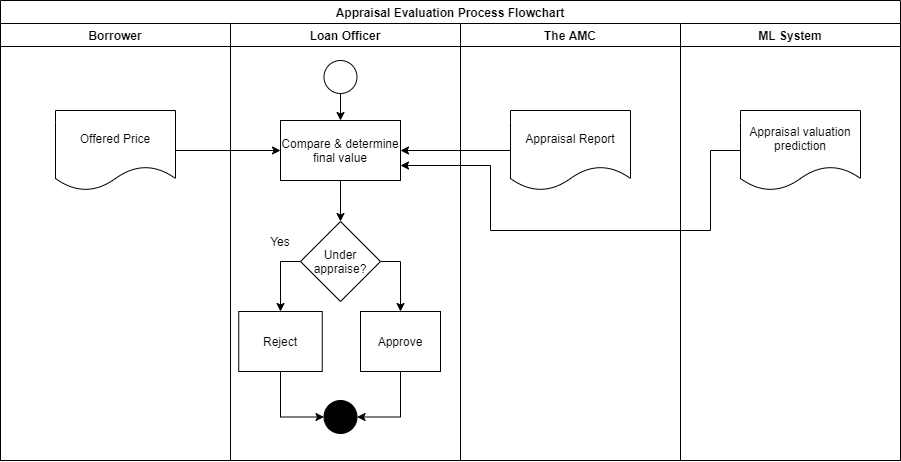
liscory/Purwadhika-JCDS-Final-Project keeps this draw.io diagram as Appendix Picture/Figure 02.png. Above is the earlier version. Source tidied: cells renumbered, new cells last; positions are measured from the earlier drawing's top-left corner, leaving out a move shared by most shapes. Its diagram source:
```xml
<mxGraphModel>
  <root>
    <mxCell id="0" />
    <mxCell id="1" parent="0" />
    <mxCell id="2" value="Appraisal Evaluation Process Flowchart" style="swimlane;" parent="1" vertex="1">
      <mxGeometry width="900" height="460" as="geometry" />
    </mxCell>
    <mxCell id="3" value="Borrower" style="swimlane;" parent="2" vertex="1">
      <mxGeometry y="23" width="230" height="437" as="geometry" />
    </mxCell>
    <mxCell id="4" value="Offered Price" style="shape=document;whiteSpace=wrap;html=1;boundedLbl=1;fillColor=#FFFFFF;" parent="3" vertex="1">
      <mxGeometry x="55" y="87" width="120" height="80" as="geometry" />
    </mxCell>
    <mxCell id="5" value="Loan Officer" style="swimlane;" parent="2" vertex="1">
      <mxGeometry x="230" y="23" width="230" height="437" as="geometry" />
    </mxCell>
    <mxCell id="6" style="ellipse;whiteSpace=wrap;html=1;fillColor=#000000;" parent="5" vertex="1">
      <mxGeometry x="93.5" y="377" width="33" height="33" as="geometry" />
    </mxCell>
    <mxCell id="7" value="Compare &amp;amp; determine final value" style="whiteSpace=wrap;html=1;rounded=0;" parent="5" vertex="1">
      <mxGeometry x="50" y="97" width="120" height="60" as="geometry" />
    </mxCell>
    <mxCell id="8" style="edgeStyle=orthogonalEdgeStyle;rounded=0;jettySize=auto;html=1;exitX=0;exitY=0.5;exitDx=0;exitDy=0;entryX=0.5;entryY=0;entryDx=0;entryDy=0;" parent="5" edge="1" source="10" target="13">
      <mxGeometry relative="1" as="geometry" />
    </mxCell>
    <mxCell id="9" style="edgeStyle=orthogonalEdgeStyle;rounded=0;jettySize=auto;html=1;exitX=1;exitY=0.5;exitDx=0;exitDy=0;" parent="5" edge="1" source="10" target="16">
      <mxGeometry relative="1" as="geometry" />
    </mxCell>
    <mxCell id="10" value="Under appraise?" style="rhombus;whiteSpace=wrap;html=1;rounded=0;" parent="5" vertex="1">
      <mxGeometry x="70" y="198" width="80" height="80" as="geometry" />
    </mxCell>
    <mxCell id="11" style="edgeStyle=orthogonalEdgeStyle;rounded=0;jettySize=auto;html=1;" parent="5" edge="1" source="7" target="10">
      <mxGeometry relative="1" as="geometry" />
    </mxCell>
    <mxCell id="12" style="edgeStyle=orthogonalEdgeStyle;rounded=0;jettySize=auto;html=1;exitX=0.5;exitY=1;exitDx=0;exitDy=0;entryX=0;entryY=0.5;entryDx=0;entryDy=0;" parent="5" edge="1" source="13" target="6">
      <mxGeometry relative="1" as="geometry" />
    </mxCell>
    <mxCell id="13" value="Reject" style="rounded=0;whiteSpace=wrap;html=1;fillColor=#FFFFFF;" parent="5" vertex="1">
      <mxGeometry x="8.2" y="288" width="83.5" height="60" as="geometry" />
    </mxCell>
    <mxCell id="14" value="Yes" style="text;html=1;strokeColor=none;fillColor=none;align=center;verticalAlign=middle;whiteSpace=wrap;rounded=0;" parent="5" vertex="1">
      <mxGeometry x="30" y="208" width="40" height="20" as="geometry" />
    </mxCell>
    <mxCell id="15" style="edgeStyle=orthogonalEdgeStyle;rounded=0;jettySize=auto;html=1;exitX=0.5;exitY=1;exitDx=0;exitDy=0;entryX=1;entryY=0.5;entryDx=0;entryDy=0;" parent="5" edge="1" source="16" target="6">
      <mxGeometry relative="1" as="geometry" />
    </mxCell>
    <mxCell id="16" value="Approve" style="whiteSpace=wrap;html=1;rounded=0;" parent="5" vertex="1">
      <mxGeometry x="130" y="288" width="80" height="60" as="geometry" />
    </mxCell>
    <mxCell id="17" style="ellipse;whiteSpace=wrap;html=1;" parent="5" vertex="1">
      <mxGeometry x="93.5" y="37" width="33" height="33" as="geometry" />
    </mxCell>
    <mxCell id="18" style="edgeStyle=orthogonalEdgeStyle;rounded=0;jettySize=auto;html=1;exitX=0.5;exitY=1;exitDx=0;exitDy=0;entryX=0.5;entryY=0;entryDx=0;entryDy=0;" parent="5" edge="1" source="17" target="7">
      <mxGeometry relative="1" as="geometry" />
    </mxCell>
    <mxCell id="19" style="edgeStyle=orthogonalEdgeStyle;rounded=0;jettySize=auto;html=1;" parent="2" edge="1" source="4" target="7">
      <mxGeometry relative="1" as="geometry" />
    </mxCell>
    <mxCell id="20" style="edgeStyle=orthogonalEdgeStyle;rounded=0;jettySize=auto;html=1;entryX=1;entryY=0.5;entryDx=0;entryDy=0;" parent="2" edge="1" source="21" target="7">
      <mxGeometry relative="1" as="geometry" />
    </mxCell>
    <mxCell id="21" value="Appraisal Report" style="shape=document;whiteSpace=wrap;html=1;boundedLbl=1;fillColor=#FFFFFF;" parent="2" vertex="1">
      <mxGeometry x="510" y="110" width="120" height="80" as="geometry" />
    </mxCell>
    <mxCell id="22" style="edgeStyle=orthogonalEdgeStyle;rounded=0;jettySize=auto;html=1;exitX=0;exitY=0.5;exitDx=0;exitDy=0;entryX=1;entryY=0.75;entryDx=0;entryDy=0;" parent="2" edge="1" source="23" target="7">
      <mxGeometry relative="1" as="geometry">
        <Array as="points">
          <mxPoint x="710" y="150" />
          <mxPoint x="710" y="230" />
          <mxPoint x="490" y="230" />
          <mxPoint x="490" y="165" />
        </Array>
      </mxGeometry>
    </mxCell>
    <mxCell id="23" value="Appraisal valuation prediction" style="shape=document;whiteSpace=wrap;html=1;boundedLbl=1;fillColor=#FFFFFF;" parent="2" vertex="1">
      <mxGeometry x="740" y="110" width="120" height="80" as="geometry" />
    </mxCell>
    <mxCell id="24" value="The AMC" style="swimlane;" parent="1" vertex="1">
      <mxGeometry x="460" y="23" width="220" height="437" as="geometry" />
    </mxCell>
    <mxCell id="25" value="ML System" style="swimlane;" parent="1" vertex="1">
      <mxGeometry x="680" y="23" width="220" height="437" as="geometry" />
    </mxCell>
  </root>
</mxGraphModel>
```
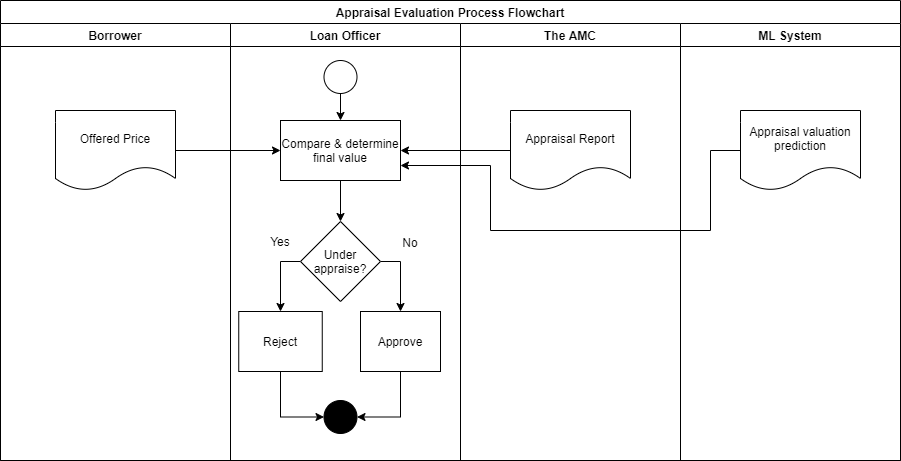
After the commit.

What changed in the source:
```diff
@@ -53,6 +53,9 @@
     <mxCell id="18" style="edgeStyle=orthogonalEdgeStyle;rounded=0;jettySize=auto;html=1;exitX=0.5;exitY=1;exitDx=0;exitDy=0;entryX=0.5;entryY=0;entryDx=0;entryDy=0;" parent="5" edge="1" source="17" target="7">
       <mxGeometry relative="1" as="geometry" />
     </mxCell>
+    <mxCell id="26" value="No" style="text;html=1;strokeColor=none;fillColor=none;align=center;verticalAlign=middle;whiteSpace=wrap;rounded=0;" parent="5" vertex="1">
+      <mxGeometry x="160" y="208.5" width="40" height="20" as="geometry" />
+    </mxCell>
     <mxCell id="19" style="edgeStyle=orthogonalEdgeStyle;rounded=0;jettySize=auto;html=1;" parent="2" edge="1" source="4" target="7">
       <mxGeometry relative="1" as="geometry" />
     </mxCell>
```
